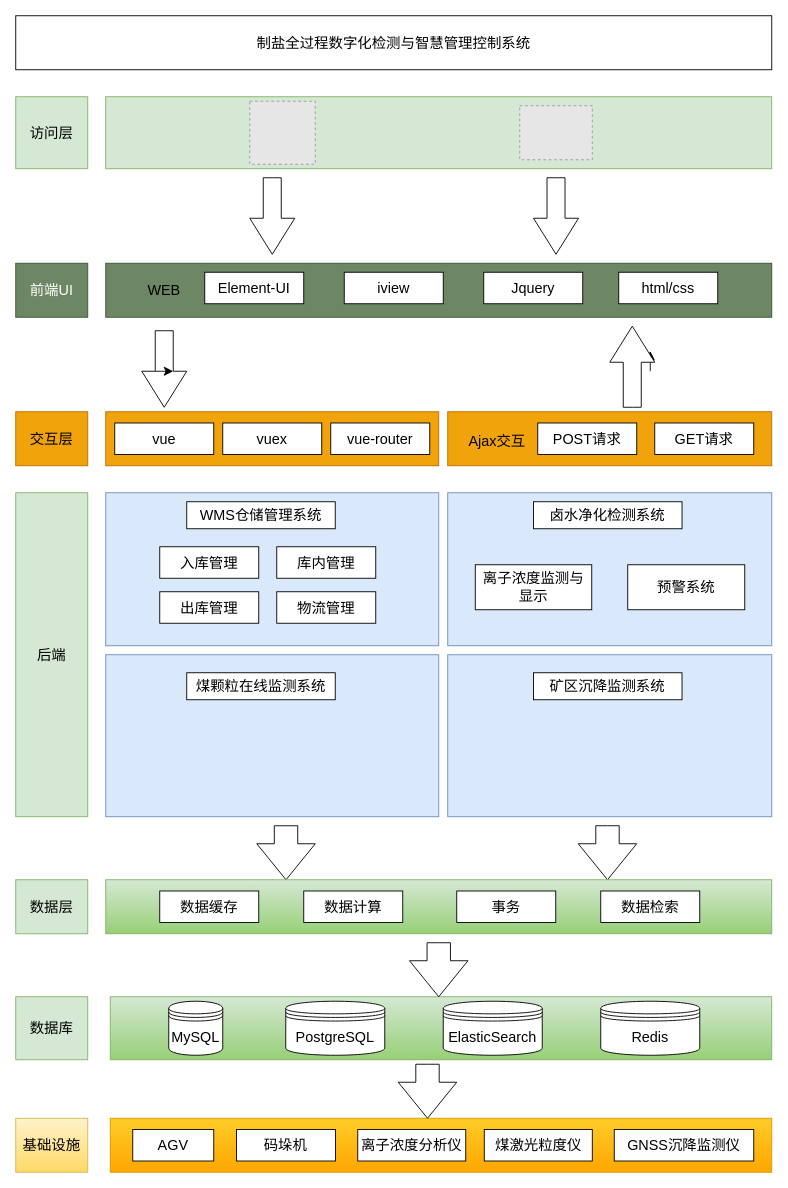
Above: page "第 5 页" (5 of 5) of 未命名绘图.drawio in Drum-sys/samples (draw.io), before the change. Source tidied: cells renumbered, new cells numbered last; positions are measured from the earlier drawing's top-left corner, leaving out a move shared by most shapes. Both pictures are drawn from the tidied source at 90%, with x=0, y=0 at pixel (15, 15). Pictures stored in the file or linked from it are replaced by grey dashed boxes.
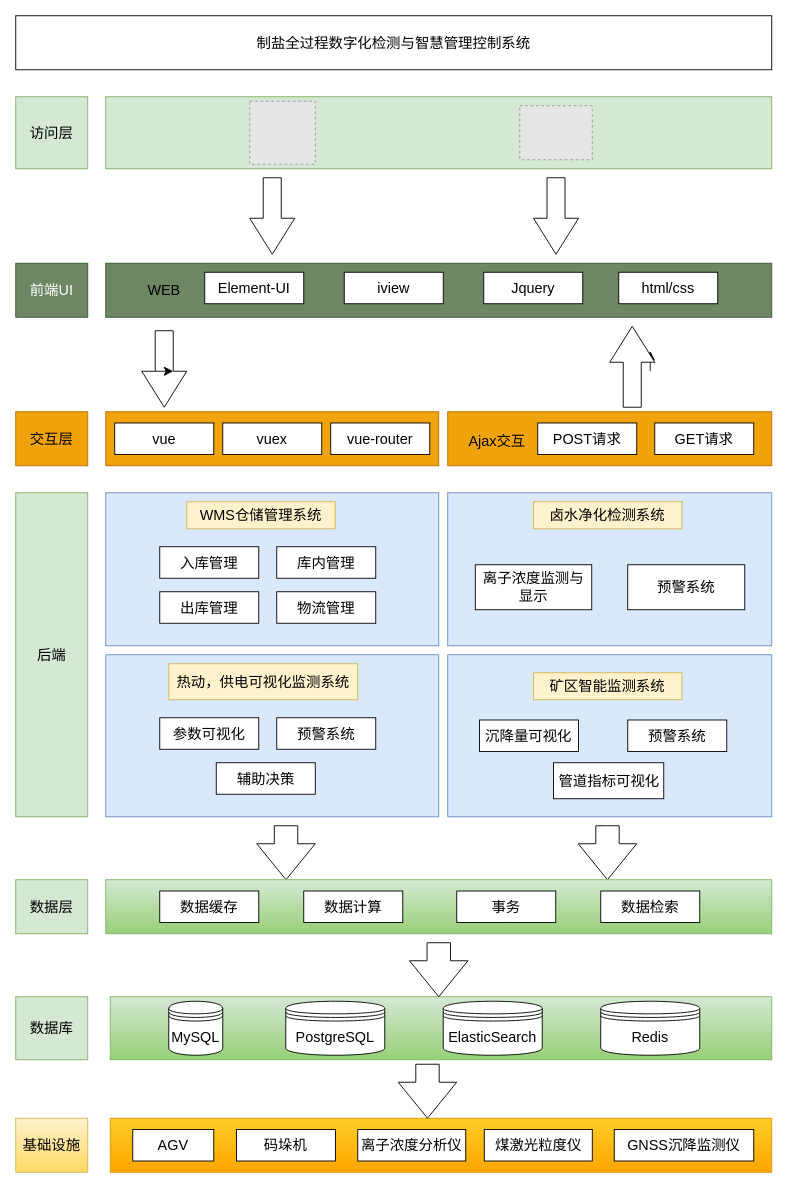
After the change.

Commit message:
更新未命名绘图.drawio

Diff of the diagram source:
```diff
@@
-    <mxCell id="30" value="WMS仓储管理系统" style="rounded=0;whiteSpace=wrap;html=1;fontSize=16;" parent="1" vertex="1">
+    <mxCell id="30" value="WMS仓储管理系统" style="rounded=0;whiteSpace=wrap;html=1;fontSize=16;fillColor=#fff2cc;strokeColor=#d6b656;" parent="1" vertex="1">
       <mxGeometry x="190" y="540" width="165" height="30" as="geometry" />
     </mxCell>
@@
-    <mxCell id="36" value="卤水净化检测系统" style="rounded=0;whiteSpace=wrap;html=1;fontSize=16;" parent="1" vertex="1">
+    <mxCell id="36" value="卤水净化检测系统" style="rounded=0;whiteSpace=wrap;html=1;fontSize=16;fillColor=#fff2cc;strokeColor=#d6b656;" parent="1" vertex="1">
       <mxGeometry x="575.3" y="540" width="165" height="30" as="geometry" />
     </mxCell>
@@
-    <mxCell id="40" value="煤颗粒在线监测系统" style="rounded=0;whiteSpace=wrap;html=1;fontSize=16;" parent="1" vertex="1">
-      <mxGeometry x="190" y="730" width="165" height="30" as="geometry" />
+    <mxCell id="40" value="热动，供电可视化监测系统" style="rounded=0;whiteSpace=wrap;html=1;fontSize=16;fillColor=#fff2cc;strokeColor=#d6b656;" parent="1" vertex="1">
+      <mxGeometry x="170" y="720" width="210" height="40" as="geometry" />
     </mxCell>
@@
-    <mxCell id="42" value="矿区沉降监测系统" style="rounded=0;whiteSpace=wrap;html=1;fontSize=16;" parent="1" vertex="1">
+    <mxCell id="42" value="矿区智能监测系统" style="rounded=0;whiteSpace=wrap;html=1;fontSize=16;fillColor=#fff2cc;strokeColor=#d6b656;" parent="1" vertex="1">
       <mxGeometry x="575.3" y="730" width="165" height="30" as="geometry" />
     </mxCell>
@@
+    <mxCell id="68" value="参数可视化" style="rounded=0;whiteSpace=wrap;html=1;fontSize=16;" parent="1" vertex="1">
+      <mxGeometry x="160" y="780" width="110" height="35" as="geometry" />
+    </mxCell>
+    <mxCell id="69" value="预警系统" style="rounded=0;whiteSpace=wrap;html=1;fontSize=16;" parent="1" vertex="1">
+      <mxGeometry x="290" y="780" width="110" height="35" as="geometry" />
+    </mxCell>
+    <mxCell id="70" value="辅助决策" style="rounded=0;whiteSpace=wrap;html=1;fontSize=16;" parent="1" vertex="1">
+      <mxGeometry x="222.8" y="830" width="110" height="35" as="geometry" />
+    </mxCell>
+    <mxCell id="71" value="沉降量可视化" style="rounded=0;whiteSpace=wrap;html=1;fontSize=16;" parent="1" vertex="1">
+      <mxGeometry x="515.3" y="782.5" width="110" height="35" as="geometry" />
+    </mxCell>
+    <mxCell id="72" value="预警系统" style="rounded=0;whiteSpace=wrap;html=1;fontSize=16;" parent="1" vertex="1">
+      <mxGeometry x="680" y="782.5" width="110" height="35" as="geometry" />
+    </mxCell>
+    <mxCell id="73" value="管道指标可视化" style="rounded=0;whiteSpace=wrap;html=1;fontSize=16;" parent="1" vertex="1">
+      <mxGeometry x="597.5" y="830" width="122.5" height="40" as="geometry" />
+    </mxCell>
```
